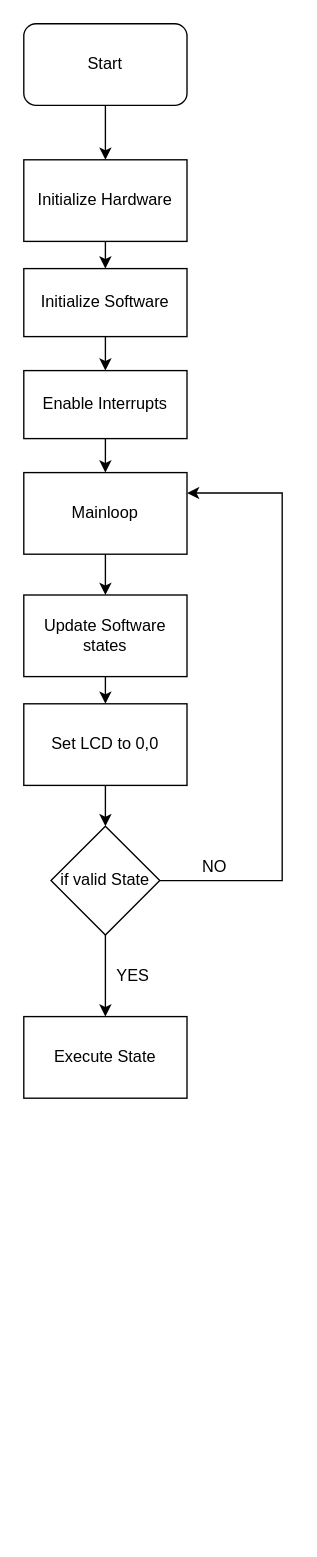
Before: ds/Untitled Diagram.drawio in penguinprajith/penguin-world, a draw.io diagram. Source tidied: cells renumbered, new cells numbered last; positions are measured from the earlier drawing's top-left corner, leaving out a move shared by most shapes. Both pictures are drawn from the tidied source at 136%, with x=0, y=0 at pixel (23, 23).
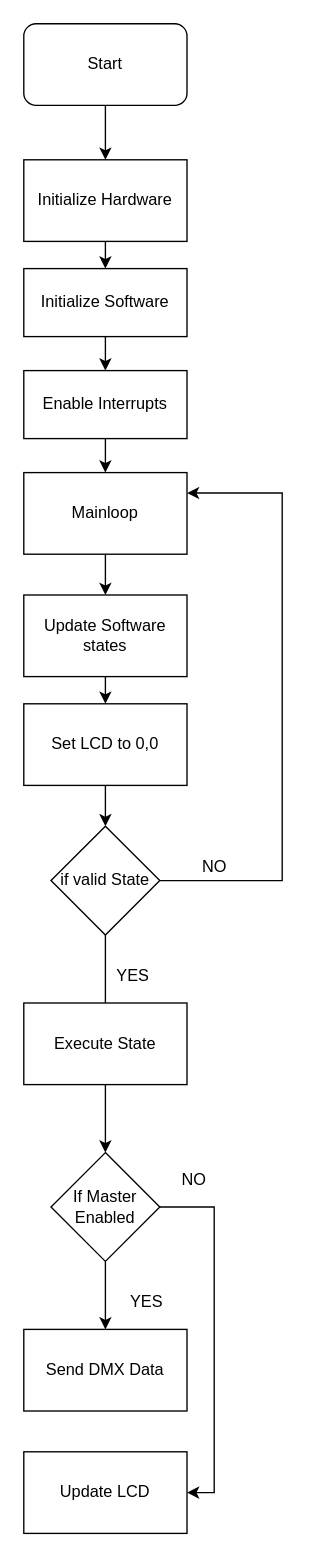
After the change.

Commit message:
main loop flowchart

The edit, as a diff of the source:
```diff
@@
+    <mxCell id="23" style="edgeStyle=orthogonalEdgeStyle;rounded=0;jettySize=auto;html=1;exitX=0.5;exitY=1;exitDx=0;exitDy=0;entryX=0.5;entryY=0;entryDx=0;entryDy=0;" parent="1" edge="1" source="22">
+      <mxGeometry relative="1" as="geometry">
+        <mxPoint x="60" y="830" as="targetPoint" />
+      </mxGeometry>
+    </mxCell>
     <mxCell id="22" value="Execute State" style="rounded=0;whiteSpace=wrap;html=1;" parent="1" vertex="1">
-      <mxGeometry y="730" width="120" height="60" as="geometry" />
+      <mxGeometry y="720" width="120" height="60" as="geometry" />
     </mxCell>
+    <mxCell id="24" style="edgeStyle=orthogonalEdgeStyle;rounded=0;jettySize=auto;html=1;exitX=0.5;exitY=1;exitDx=0;exitDy=0;entryX=0.5;entryY=0;entryDx=0;entryDy=0;" parent="1" edge="1" source="26" target="27">
+      <mxGeometry relative="1" as="geometry" />
+    </mxCell>
+    <mxCell id="25" style="edgeStyle=orthogonalEdgeStyle;rounded=0;jettySize=auto;html=1;exitX=1;exitY=0.5;exitDx=0;exitDy=0;entryX=1;entryY=0.5;entryDx=0;entryDy=0;" parent="1" edge="1" source="26" target="29">
+      <mxGeometry relative="1" as="geometry" />
+    </mxCell>
+    <mxCell id="26" value="If Master Enabled" style="rhombus;whiteSpace=wrap;html=1;" parent="1" vertex="1">
+      <mxGeometry x="20" y="830" width="80" height="80" as="geometry" />
+    </mxCell>
+    <mxCell id="27" value="Send DMX Data" style="rounded=0;whiteSpace=wrap;html=1;" parent="1" vertex="1">
+      <mxGeometry y="960" width="120" height="60" as="geometry" />
+    </mxCell>
+    <mxCell id="28" value="YES" style="text;html=1;align=center;verticalAlign=middle;" parent="1" vertex="1">
+      <mxGeometry x="70" y="930" width="40" height="20" as="geometry" />
+    </mxCell>
+    <mxCell id="29" value="Update LCD" style="rounded=0;whiteSpace=wrap;html=1;" parent="1" vertex="1">
+      <mxGeometry y="1050" width="120" height="60" as="geometry" />
+    </mxCell>
+    <mxCell id="30" value="NO" style="text;html=1;align=center;verticalAlign=middle;" parent="1" vertex="1">
+      <mxGeometry x="110" y="840" width="30" height="20" as="geometry" />
+    </mxCell>
```
